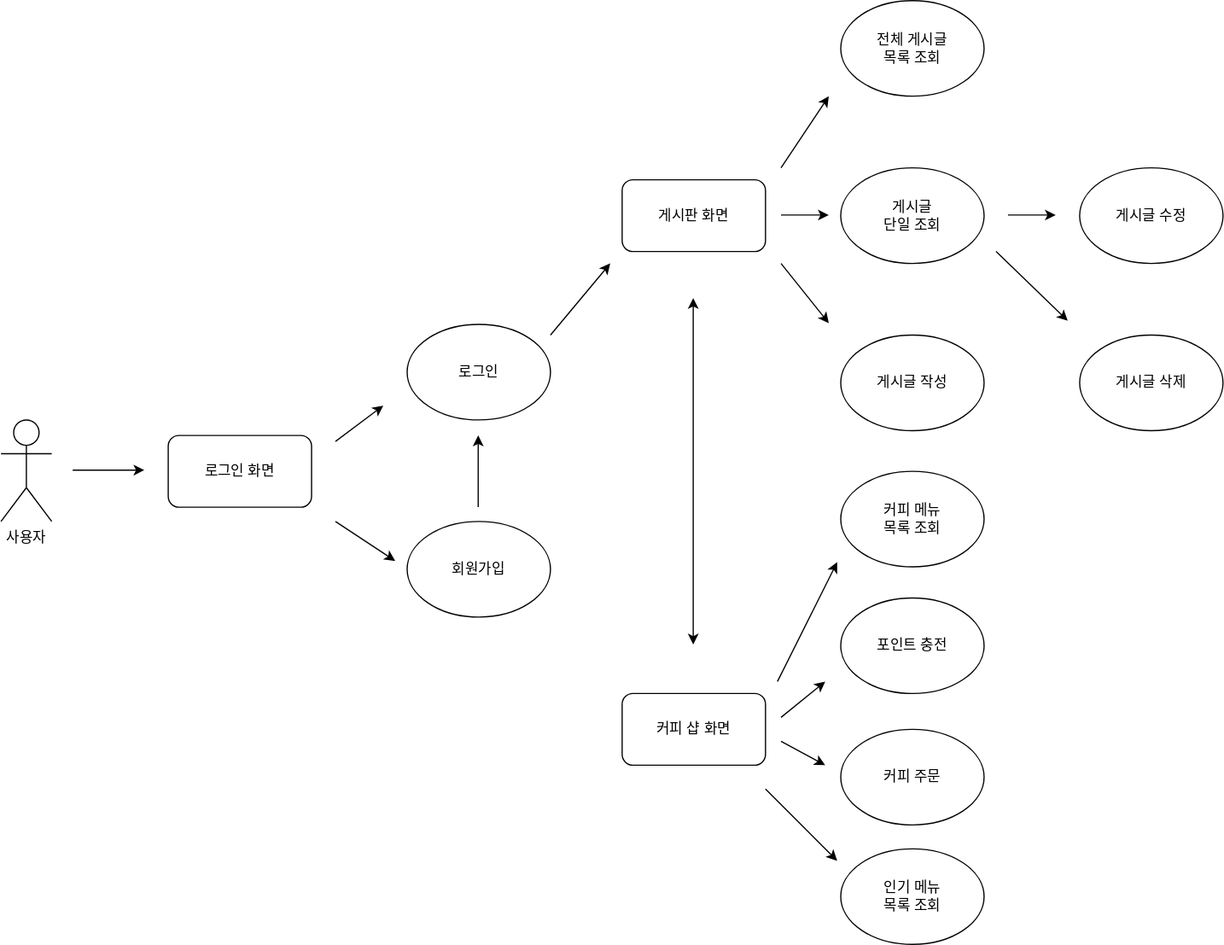
Above: docs/usecase.drawio.svg in nmin11/pre-voyage (draw.io), before the change. Source tidied: cells renumbered, new cells last; positions are measured from the earlier drawing's top-left corner, leaving out a move shared by most shapes.
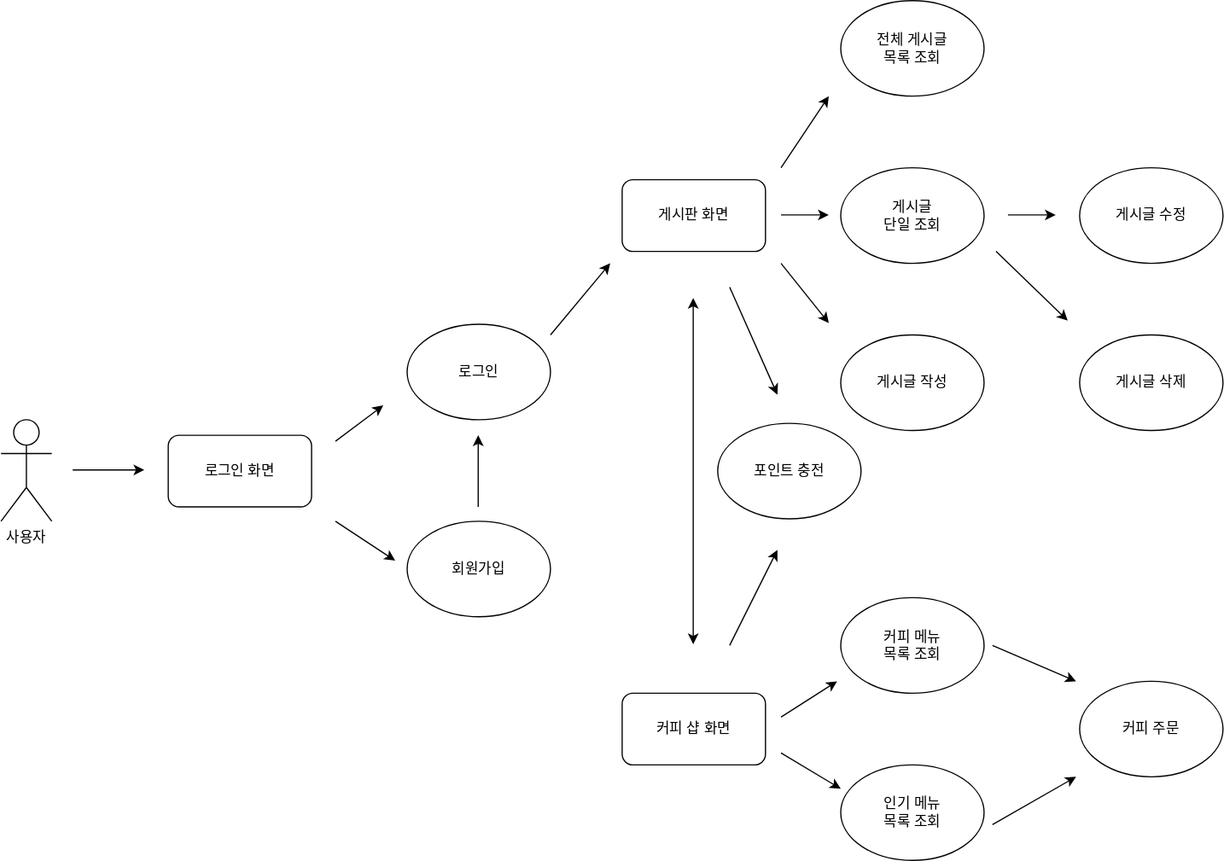
The same file after the commit.

Commit message:
docs: make usecase diagram more completely

What changed in the source:
```diff
@@ -90,41 +90,17 @@
       </mxGeometry>
     </mxCell>
     <mxCell id="22" value="커피 메뉴&lt;div&gt;목록 조회&lt;/div&gt;" style="ellipse;whiteSpace=wrap;html=1;" parent="1" vertex="1">
-      <mxGeometry x="703" y="394" width="120" height="80" as="geometry" />
+      <mxGeometry x="703" y="500" width="120" height="80" as="geometry" />
     </mxCell>
     <mxCell id="23" value="포인트 충전" style="ellipse;whiteSpace=wrap;html=1;" parent="1" vertex="1">
-      <mxGeometry x="703" y="500" width="120" height="80" as="geometry" />
+      <mxGeometry x="600" y="354" width="120" height="80" as="geometry" />
     </mxCell>
     <mxCell id="24" value="커피 주문" style="ellipse;whiteSpace=wrap;html=1;" parent="1" vertex="1">
-      <mxGeometry x="703" y="610" width="120" height="80" as="geometry" />
+      <mxGeometry x="903" y="570" width="120" height="80" as="geometry" />
     </mxCell>
     <mxCell id="25" value="인기 메뉴&lt;div&gt;목록 조회&lt;/div&gt;" style="ellipse;whiteSpace=wrap;html=1;" parent="1" vertex="1">
-      <mxGeometry x="703" y="710" width="120" height="80" as="geometry" />
+      <mxGeometry x="703" y="640" width="120" height="80" as="geometry" />
     </mxCell>
-    <mxCell id="26" style="endArrow=classic;html=1;rounded=0;" parent="1" edge="1">
-      <mxGeometry relative="1" as="geometry">
-        <mxPoint x="650" y="570" as="sourcePoint" />
-        <mxPoint x="700" y="470" as="targetPoint" />
-      </mxGeometry>
-    </mxCell>
-    <mxCell id="27" style="endArrow=classic;html=1;rounded=0;" parent="1" edge="1">
-      <mxGeometry relative="1" as="geometry">
-        <mxPoint x="653" y="600" as="sourcePoint" />
-        <mxPoint x="690" y="570" as="targetPoint" />
-      </mxGeometry>
-    </mxCell>
-    <mxCell id="28" style="endArrow=classic;html=1;rounded=0;" parent="1" edge="1">
-      <mxGeometry relative="1" as="geometry">
-        <mxPoint x="653" y="620" as="sourcePoint" />
-        <mxPoint x="690" y="640" as="targetPoint" />
-      </mxGeometry>
-    </mxCell>
-    <mxCell id="29" style="endArrow=classic;html=1;rounded=0;" parent="1" edge="1">
-      <mxGeometry relative="1" as="geometry">
-        <mxPoint x="640" y="660" as="sourcePoint" />
-        <mxPoint x="700" y="720" as="targetPoint" />
-      </mxGeometry>
-    </mxCell>
     <mxCell id="30" style="endArrow=classic;html=1;rounded=0;" parent="1" edge="1">
       <mxGeometry relative="1" as="geometry">
         <mxPoint x="460" y="280" as="sourcePoint" />
@@ -137,5 +113,41 @@
         <mxPoint x="579.5" y="249" as="targetPoint" />
       </mxGeometry>
     </mxCell>
+    <mxCell id="32" style="endArrow=classic;html=1;rounded=0;" parent="1" edge="1">
+      <mxGeometry relative="1" as="geometry">
+        <mxPoint x="610" y="240" as="sourcePoint" />
+        <mxPoint x="650" y="330" as="targetPoint" />
+      </mxGeometry>
+    </mxCell>
+    <mxCell id="33" style="endArrow=classic;html=1;rounded=0;" parent="1" edge="1">
+      <mxGeometry relative="1" as="geometry">
+        <mxPoint x="610" y="540" as="sourcePoint" />
+        <mxPoint x="650" y="460" as="targetPoint" />
+      </mxGeometry>
+    </mxCell>
+    <mxCell id="34" style="endArrow=classic;html=1;rounded=0;" parent="1" edge="1">
+      <mxGeometry relative="1" as="geometry">
+        <mxPoint x="653" y="600" as="sourcePoint" />
+        <mxPoint x="700" y="570" as="targetPoint" />
+      </mxGeometry>
+    </mxCell>
+    <mxCell id="35" style="endArrow=classic;html=1;rounded=0;" parent="1" edge="1">
+      <mxGeometry relative="1" as="geometry">
+        <mxPoint x="653" y="630" as="sourcePoint" />
+        <mxPoint x="703" y="660" as="targetPoint" />
+      </mxGeometry>
+    </mxCell>
+    <mxCell id="36" style="endArrow=classic;html=1;rounded=0;" parent="1" edge="1">
+      <mxGeometry relative="1" as="geometry">
+        <mxPoint x="830" y="540" as="sourcePoint" />
+        <mxPoint x="900" y="570" as="targetPoint" />
+      </mxGeometry>
+    </mxCell>
+    <mxCell id="37" style="endArrow=classic;html=1;rounded=0;" parent="1" edge="1">
+      <mxGeometry relative="1" as="geometry">
+        <mxPoint x="830" y="690" as="sourcePoint" />
+        <mxPoint x="900" y="650" as="targetPoint" />
+      </mxGeometry>
+    </mxCell>
   </root>
 </mxGraphModel>
```
